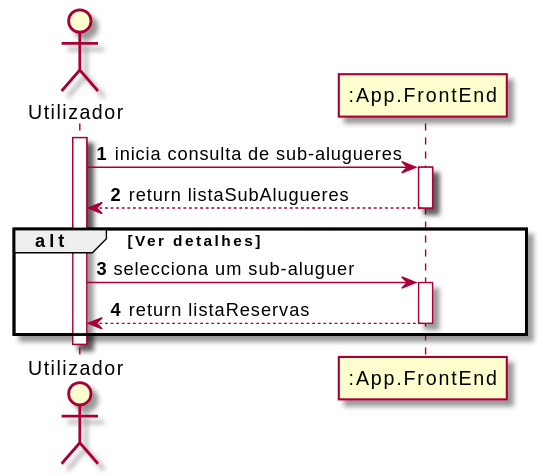
UPskillDOTNET/Jakim-das-Coives-S.A. keeps this PlantUML diagram as Documentos/Sprint4/UC8/UC8_SSD.svg. Above is the earlier version. The source it was exported from:
```plantuml
@startuml
autonumber
actor "Utilizador" as UserNR
participant ":App.FrontEnd" as API

activate UserNR
UserNR -> "API" : inicia consulta de sub-alugueres
activate "API"
"API" --> UserNR : return listaSubAlugueres
deactivate "API"

alt Ver detalhes

UserNR -> "API" : selecciona um sub-aluguer
activate "API"
"API" --> UserNR : return listaReservas
deactivate "API"

end

deactivate UserNR
@enduml
```
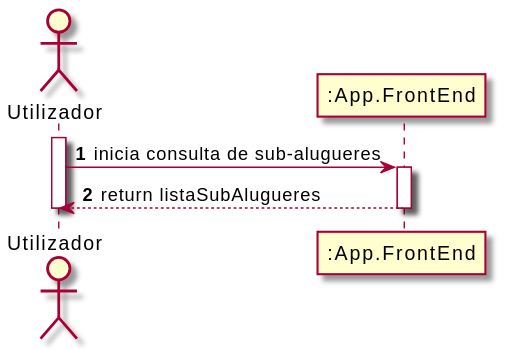
The same file after the commit.

What changed in the source:
```diff
@@ -9,14 +9,5 @@
 "API" --> UserNR : return listaSubAlugueres
 deactivate "API"
 
-alt Ver detalhes
-
-UserNR -> "API" : selecciona um sub-aluguer
-activate "API"
-"API" --> UserNR : return listaReservas
-deactivate "API"
-
-end
-
 deactivate UserNR
 @enduml
```
